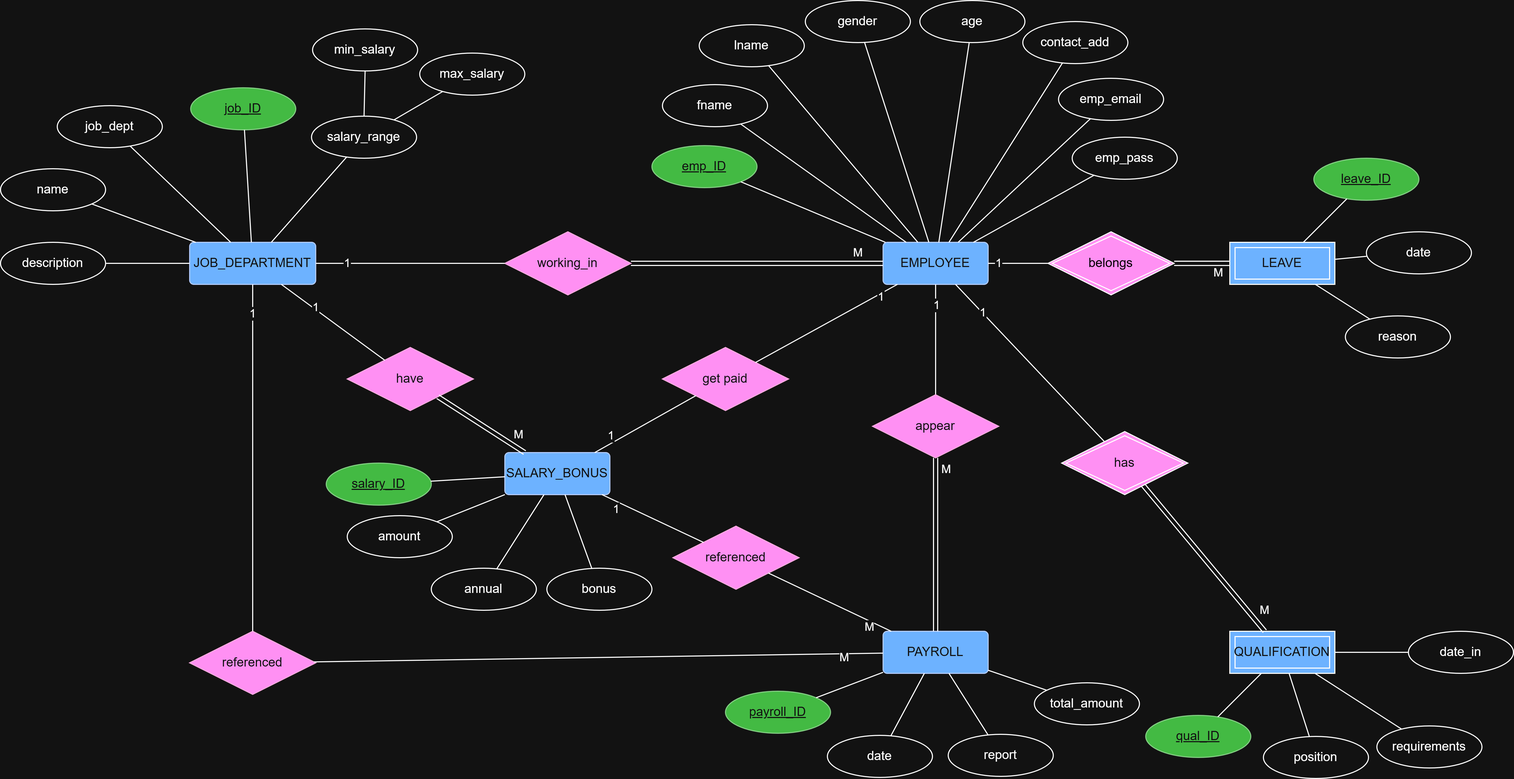
Earlier version of the draw.io export Employee Management System/EMPLOYEE MANAGEMENT SYSTEM ERD.png (JuniorPrice/Database_Practices). Source tidied: cells renumbered, new cells last; positions are measured from the earlier drawing's top-left corner, leaving out a move shared by most shapes.
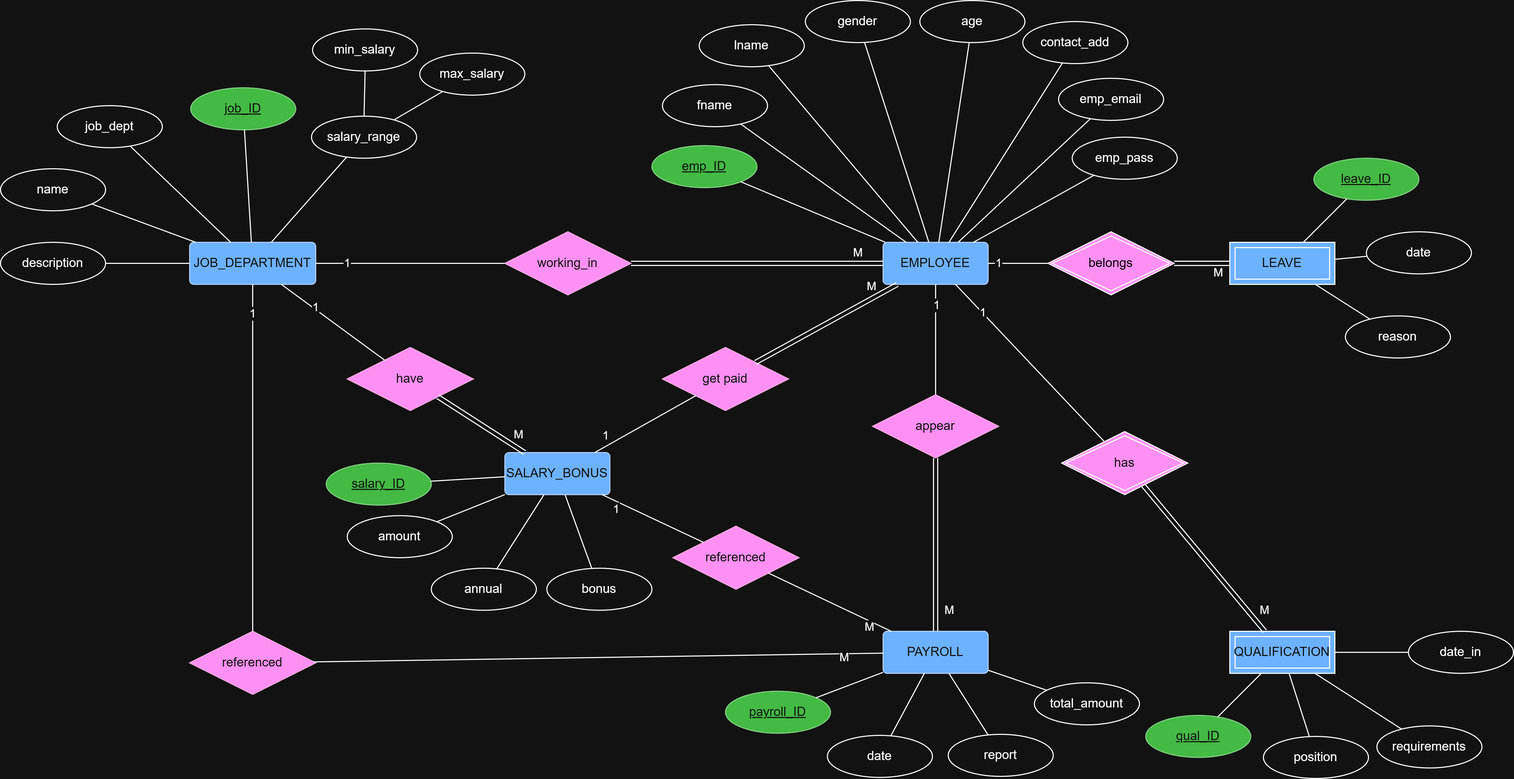
Later version of the same file.

Change to the diagram source:
```diff
@@ -40,15 +40,9 @@
     </mxCell>
     <mxCell id="14" value="1" style="edgeLabel;html=1;align=center;verticalAlign=middle;" parent="13" vertex="1">
       <mxGeometry x="-0.8" relative="1" as="geometry">
-        <mxPoint x="6" y="-11" as="offset" />
+        <mxPoint x="1" y="-11" as="offset" />
       </mxGeometry>
     </mxCell>
-    <mxCell id="15" style="endArrow=none;html=1;rounded=0;" parent="1" edge="1" source="12" target="4">
-      <mxGeometry relative="1" as="geometry" />
-    </mxCell>
-    <mxCell id="16" value="1" style="edgeLabel;html=1;align=center;verticalAlign=middle;" parent="15" vertex="1">
-      <mxGeometry x="0.75" y="-2" relative="1" as="geometry" />
-    </mxCell>
     <mxCell id="17" style="endArrow=none;html=1;rounded=0;" parent="1" edge="1" source="97" target="4">
       <mxGeometry relative="1" as="geometry" />
     </mxCell>
@@ -331,7 +325,7 @@
     </mxCell>
     <mxCell id="105" value="M" style="edgeLabel;html=1;align=center;verticalAlign=middle;" parent="104" vertex="1">
       <mxGeometry x="0.77" y="-1" relative="1" as="geometry">
-        <mxPoint x="8" y="-8" as="offset" />
+        <mxPoint x="11" y="126" as="offset" />
       </mxGeometry>
     </mxCell>
     <mxCell id="106" style="shape=link;html=1;rounded=0;" parent="1" edge="1" source="6" target="3">
@@ -342,5 +336,13 @@
         <mxPoint x="3" y="-12" as="offset" />
       </mxGeometry>
     </mxCell>
+    <mxCell id="15" style="shape=link;html=1;rounded=0;" parent="1" edge="1" source="12" target="4">
+      <mxGeometry relative="1" as="geometry" />
+    </mxCell>
+    <mxCell id="108" value="M" style="edgeLabel;html=1;align=center;verticalAlign=middle;" parent="15" vertex="1">
+      <mxGeometry x="0.77" y="-1" relative="1" as="geometry">
+        <mxPoint x="-10" y="-8" as="offset" />
+      </mxGeometry>
+    </mxCell>
   </root>
 </mxGraphModel>
```
